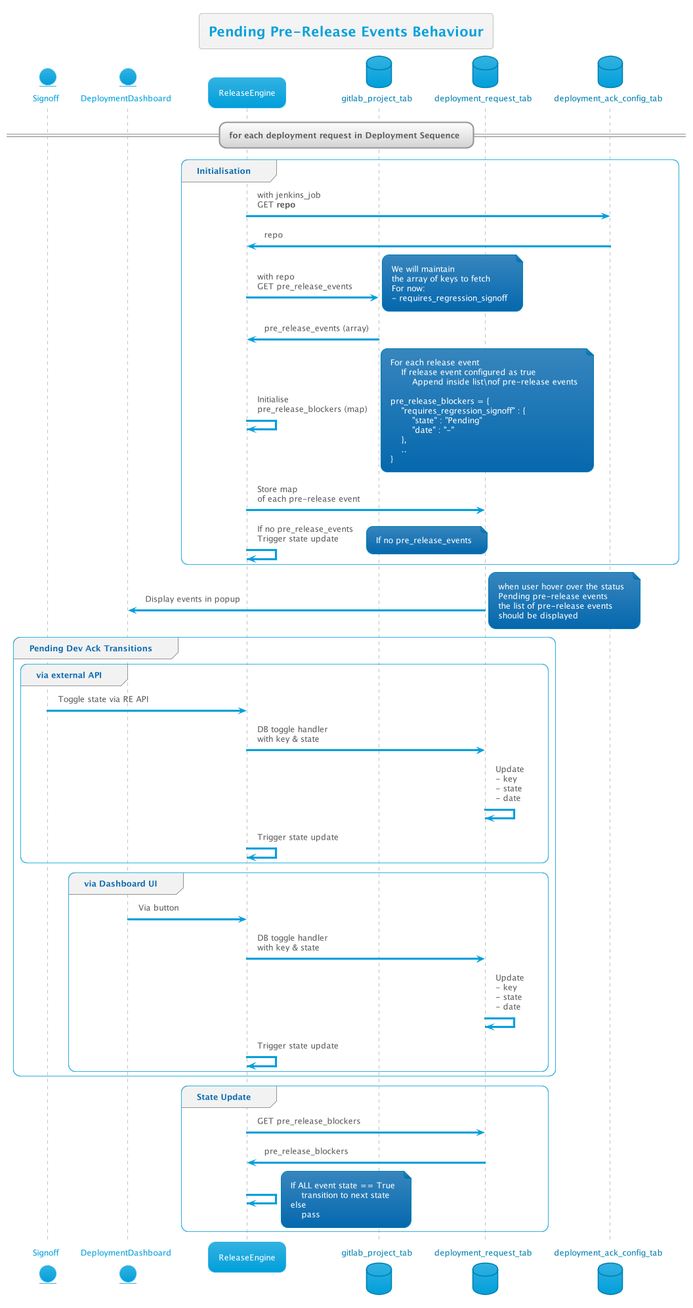
thetomitomo/diagrams keeps this PlantUML diagram as out/Multi-Day-Deployment/pendingPreReleaseBehaviour/pendingPreReleaseBehaviour.png. Above is the earlier version.
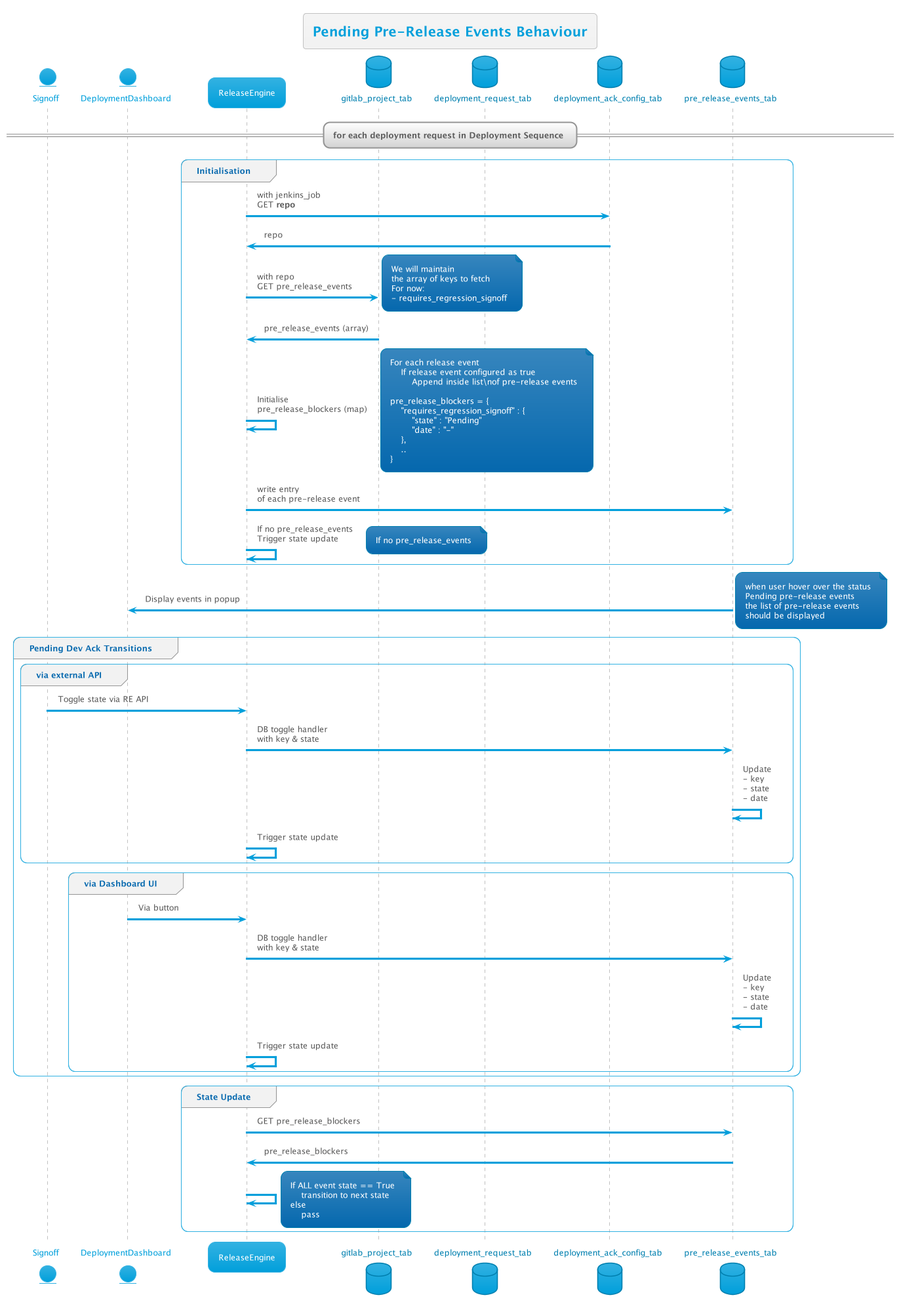
After the change.

What changed in the source:
```diff
@@ -9,6 +9,7 @@
 database gitlab_project_tab as gitDB
 database deployment_request_tab as deploymentDB
 database deployment_ack_config_tab as ackDB
+database pre_release_events_tab as PREDB
 
 title Pending Pre-Release Events Behaviour
 
@@ -42,7 +43,7 @@
         }
     end note
 
-    RE -> deploymentDB: Store map\nof each pre-release event
+    RE -> PREDB: write entry\nof each pre-release event
 
     RE -> RE : If no pre_release_events\nTrigger state update
     note right
@@ -51,7 +52,7 @@
 
 end group
 
-    deploymentDB -> DD : Display events in popup
+    PREDB -> DD : Display events in popup
     note right
         when user hover over the status
         Pending pre-release events
@@ -63,21 +64,21 @@
 group Pending Dev Ack Transitions
     group via external API
         Signoff -> RE : Toggle state via RE API
-        RE -> deploymentDB : DB toggle handler\nwith key & state
-        deploymentDB -> deploymentDB : Update\n- key\n- state\n- date
+        RE -> PREDB : DB toggle handler\nwith key & state
+        PREDB -> PREDB : Update\n- key\n- state\n- date
         RE -> RE : Trigger state update
     end group
     group via Dashboard UI
         DD -> RE : Via button
-        RE -> deploymentDB : DB toggle handler\nwith key & state
-        deploymentDB -> deploymentDB : Update\n- key\n- state\n- date
+        RE -> PREDB : DB toggle handler\nwith key & state
+        PREDB -> PREDB : Update\n- key\n- state\n- date
         RE -> RE : Trigger state update
     end group
 end group
 
 group State Update
-    RE -> deploymentDB : GET pre_release_blockers
-    deploymentDB -> RE : pre_release_blockers
+    RE -> PREDB : GET pre_release_blockers
+    PREDB -> RE : pre_release_blockers
 
     RE -> RE
     note right
```
